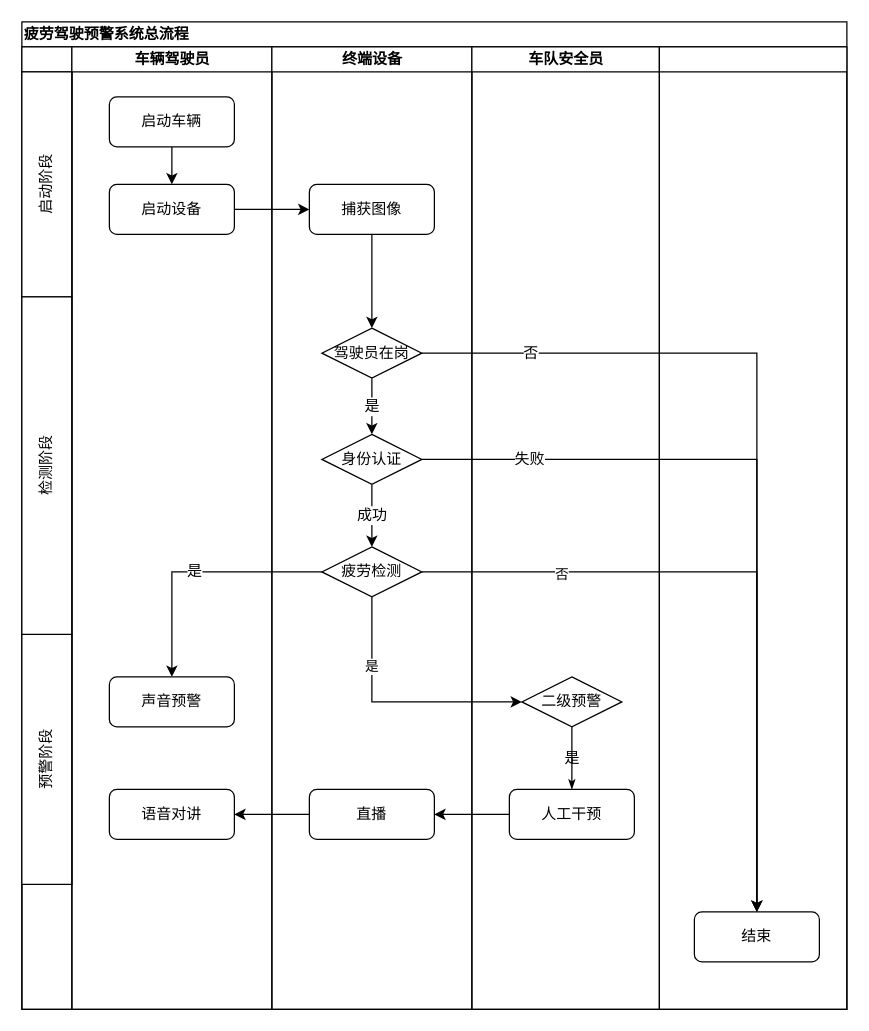
Before: page "总流程" (1 of 3) of 疲劳驾驶检测与预警系统总流程.drawio in Flhawker/Flow, a draw.io diagram. Source tidied: cells renumbered, new cells numbered last; positions are measured from the earlier drawing's top-left corner, leaving out a move shared by most shapes. Both pictures are drawn from the tidied source at 125%, with x=0, y=0 at pixel (21, 21).
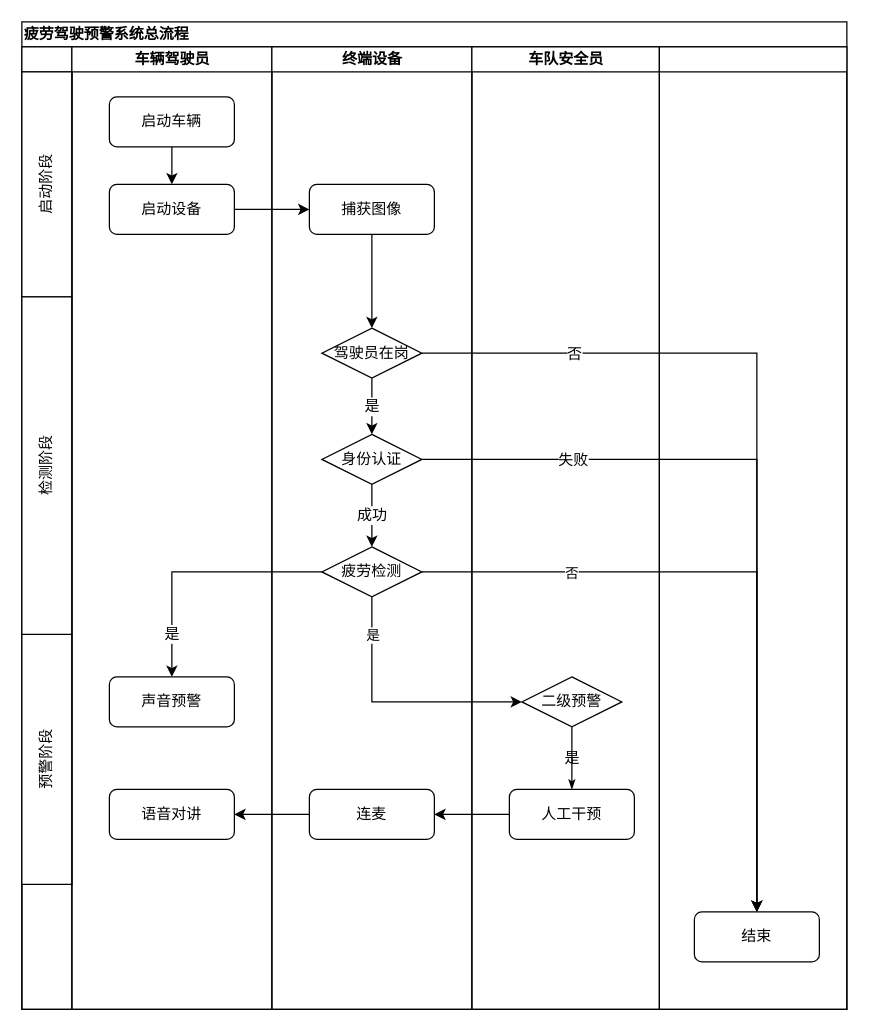
After the change.

Unchanged cells that the change refers to:
```xml
<mxCell id="2" value="疲劳驾驶预警系统总流程" style="swimlane;html=1;startSize=20;rounded=0;shadow=0;labelBackgroundColor=none;strokeWidth=1;fontFamily=Verdana;fontSize=12;align=left;" parent="1" vertex="1">
  <mxGeometry width="660" height="790" as="geometry" />
</mxCell>
<mxCell id="11" value="声音预警" style="rounded=1;whiteSpace=wrap;html=1;shadow=0;labelBackgroundColor=none;strokeWidth=1;fontFamily=Verdana;fontSize=12;align=center;imageHeight=24;" parent="7" vertex="1">
  <mxGeometry x="30" y="504" width="100" height="40" as="geometry" />
</mxCell>
<mxCell id="13" value="终端设备" style="swimlane;html=1;startSize=20;" parent="2" vertex="1">
  <mxGeometry x="200" y="20" width="160" height="770" as="geometry" />
</mxCell>
<mxCell id="20" value="疲劳检测" style="rhombus;whiteSpace=wrap;html=1;rounded=0;shadow=0;labelBackgroundColor=none;strokeWidth=1;fontFamily=Verdana;fontSize=12;align=center;" parent="13" vertex="1">
  <mxGeometry x="40" y="400" width="80" height="40" as="geometry" />
</mxCell>
<mxCell id="32" style="edgeStyle=orthogonalEdgeStyle;rounded=0;jettySize=auto;html=1;fontFamily=Helvetica;fontSize=12;exitX=1;exitY=0.5;exitDx=0;exitDy=0;" parent="2" edge="1" source="17" target="31">
  <mxGeometry relative="1" as="geometry">
    <Array as="points">
      <mxPoint x="588" y="265" />
    </Array>
  </mxGeometry>
</mxCell>
<mxCell id="34" style="edgeStyle=orthogonalEdgeStyle;rounded=0;jettySize=auto;html=1;fontFamily=Helvetica;fontSize=14;entryX=0.5;entryY=0;entryDx=0;entryDy=0;exitX=1;exitY=0.5;exitDx=0;exitDy=0;" parent="2" edge="1" source="19" target="31">
  <mxGeometry relative="1" as="geometry">
    <Array as="points">
      <mxPoint x="588" y="350" />
    </Array>
  </mxGeometry>
</mxCell>
<mxCell id="36" style="edgeStyle=orthogonalEdgeStyle;rounded=0;jettySize=auto;html=1;exitX=1;exitY=0.5;exitDx=0;exitDy=0;entryX=0.5;entryY=0;entryDx=0;entryDy=0;" parent="2" edge="1" source="20" target="31">
  <mxGeometry relative="1" as="geometry">
    <Array as="points">
      <mxPoint x="588" y="440" />
    </Array>
  </mxGeometry>
</mxCell>
<mxCell id="38" style="edgeStyle=orthogonalEdgeStyle;rounded=0;jettySize=auto;html=1;exitX=0.5;exitY=1;exitDx=0;exitDy=0;entryX=0;entryY=0.5;entryDx=0;entryDy=0;" parent="2" edge="1" source="20" target="23">
  <mxGeometry relative="1" as="geometry" />
</mxCell>
```

Diff of the diagram source:
```diff
@@
-    <mxCell id="21" value="直播" style="rounded=1;whiteSpace=wrap;html=1;shadow=0;labelBackgroundColor=none;strokeWidth=1;fontFamily=Verdana;fontSize=12;align=center;imageHeight=24;" parent="13" vertex="1">
+    <mxCell id="21" value="连麦" style="rounded=1;whiteSpace=wrap;html=1;shadow=0;labelBackgroundColor=none;strokeWidth=1;fontFamily=Verdana;fontSize=12;align=center;imageHeight=24;" parent="13" vertex="1">
       <mxGeometry x="30" y="594" width="100" height="40" as="geometry" />
     </mxCell>
@@
     <mxCell id="27" value="是" style="edgeStyle=orthogonalEdgeStyle;rounded=0;jettySize=auto;html=1;exitX=0;exitY=0.5;exitDx=0;exitDy=0;fontFamily=Helvetica;fontSize=12;" parent="2" edge="1" source="20" target="11">
-      <mxGeometry relative="1" as="geometry" />
+      <mxGeometry x="0.67" relative="1" as="geometry" />
     </mxCell>
@@
     <mxCell id="33" value="否" style="edgeLabel;html=1;align=center;verticalAlign=middle;fontSize=12;fontFamily=Helvetica;" parent="32" vertex="1">
-      <mxGeometry x="-0.76" y="1" relative="1" as="geometry" />
+      <mxGeometry x="-0.76" y="1" relative="1" as="geometry">
+        <mxPoint x="35" y="1" as="offset" />
+      </mxGeometry>
     </mxCell>
@@
     <mxCell id="35" value="失败" style="edgeLabel;html=1;align=center;verticalAlign=middle;fontSize=12;fontFamily=Helvetica;" parent="34" vertex="1">
-      <mxGeometry x="-0.73" y="1" relative="1" as="geometry" />
+      <mxGeometry x="-0.73" y="1" relative="1" as="geometry">
+        <mxPoint x="35" y="1" as="offset" />
+      </mxGeometry>
     </mxCell>
@@
     <mxCell id="37" value="否" style="edgeLabel;html=1;align=center;verticalAlign=middle;" parent="36" vertex="1">
-      <mxGeometry x="-0.59" y="-1" relative="1" as="geometry" />
+      <mxGeometry x="-0.59" y="-1" relative="1" as="geometry">
+        <mxPoint x="8.3" y="-1" as="offset" />
+      </mxGeometry>
     </mxCell>
@@
     <mxCell id="39" value="是" style="edgeLabel;html=1;align=center;verticalAlign=middle;" parent="38" vertex="1">
-      <mxGeometry x="-0.46" y="-1" relative="1" as="geometry" />
+      <mxGeometry x="-0.46" y="-1" relative="1" as="geometry">
+        <mxPoint x="1" y="-25" as="offset" />
+      </mxGeometry>
     </mxCell>
```
